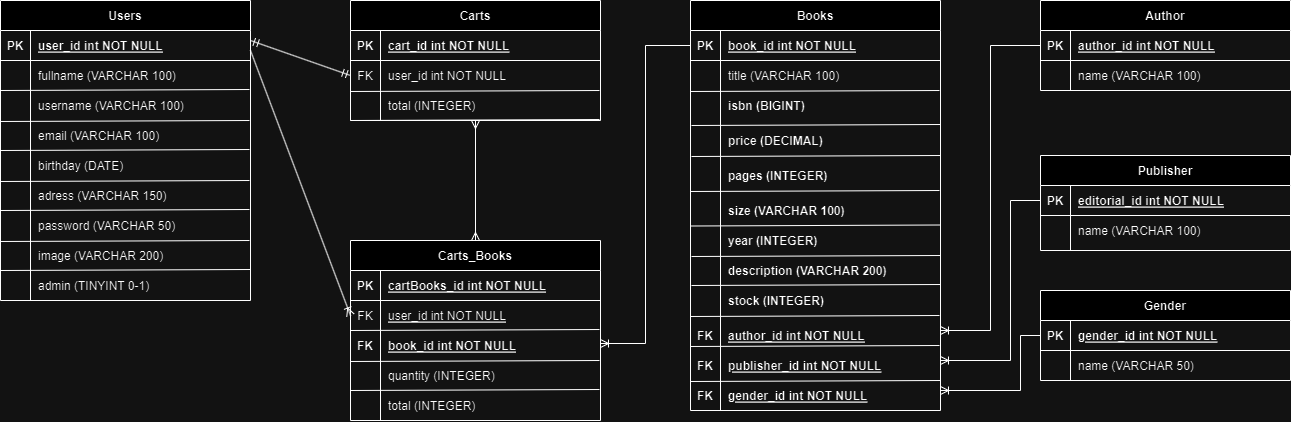
This is Archivos Extras/Diagrama BD/diagrama BD_kakuy.png from DarioLopezDev/codigokakuy, a draw.io export, as it was before one commit. Source tidied: cells renumbered, new cells last; positions are measured from the earlier drawing's top-left corner, leaving out a move shared by most shapes.
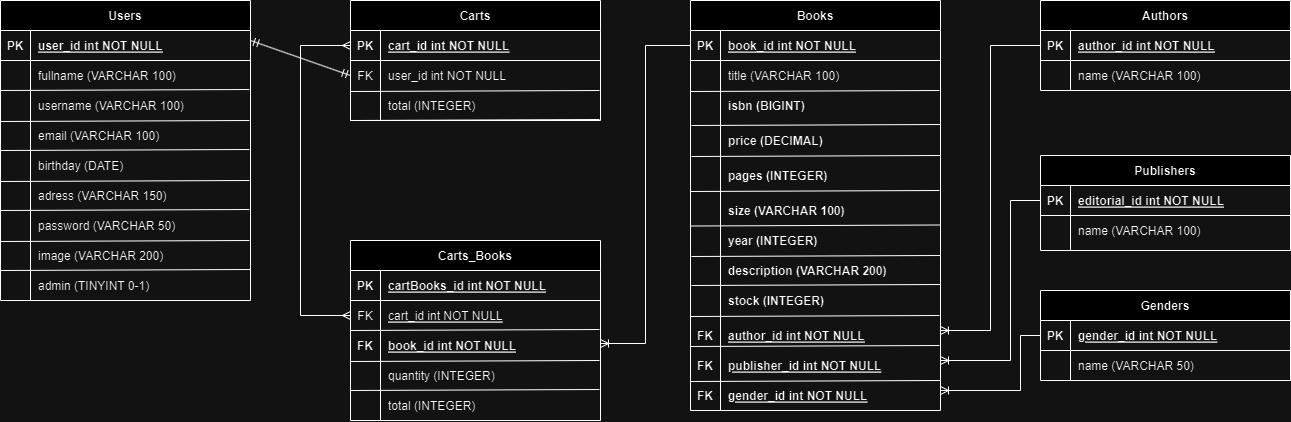
After the commit.

Change to the diagram source:
```diff
@@ -20,7 +20,7 @@
     <mxCell id="7" value="FK" style="shape=partialRectangle;overflow=hidden;fillColor=none;top=0;left=0;bottom=0;right=0;" parent="6" vertex="1">
       <mxGeometry width="30" height="30" as="geometry" />
     </mxCell>
-    <mxCell id="8" value="user_id int NOT NULL" style="shape=partialRectangle;overflow=hidden;fillColor=none;top=0;left=0;bottom=0;right=0;align=left;spacingLeft=6;fontStyle=4;" parent="6" vertex="1">
+    <mxCell id="8" value="cart_id int NOT NULL" style="shape=partialRectangle;overflow=hidden;fillColor=none;top=0;left=0;bottom=0;right=0;align=left;spacingLeft=6;fontStyle=4;" parent="6" vertex="1">
       <mxGeometry x="30" width="220" height="30" as="geometry" />
     </mxCell>
     <mxCell id="9" style="shape=partialRectangle;fillColor=none;points=[[0,0.5],[1,0.5]];portConstraint=eastwest;top=0;left=0;right=0;bottom=0;" parent="2" vertex="1">
@@ -104,7 +104,7 @@
     <mxCell id="35" value="total (INTEGER)" style="shape=partialRectangle;overflow=hidden;fillColor=none;top=0;left=0;bottom=0;right=0;align=left;spacingLeft=6;" parent="33" vertex="1">
       <mxGeometry x="30" width="220" height="30" as="geometry" />
     </mxCell>
-    <mxCell id="36" value="Author" style="shape=table;startSize=30;rowLines=0;fontStyle=1;align=center;" parent="1" vertex="1">
+    <mxCell id="36" value="Authors" style="shape=table;startSize=30;rowLines=0;fontStyle=1;align=center;" parent="1" vertex="1">
       <mxGeometry x="1040" width="250" height="90" as="geometry" />
     </mxCell>
     <mxCell id="37" style="shape=partialRectangle;fillColor=none;points=[[0,0.5],[1,0.5]];portConstraint=eastwest;top=0;left=0;right=0;bottom=1;" parent="36" vertex="1">
@@ -137,7 +137,7 @@
     <mxCell id="46" value="size (VARCHAR 100)" style="shape=partialRectangle;overflow=hidden;fillColor=none;top=0;left=0;bottom=0;right=0;align=left;spacingLeft=6;fontStyle=1;" parent="1" vertex="1">
       <mxGeometry x="720" y="195" width="220" height="30" as="geometry" />
     </mxCell>
-    <mxCell id="47" value="Publisher" style="shape=table;startSize=30;rowLines=0;fontStyle=1;align=center;" parent="1" vertex="1">
+    <mxCell id="47" value="Publishers" style="shape=table;startSize=30;rowLines=0;fontStyle=1;align=center;" parent="1" vertex="1">
       <mxGeometry x="1040" y="155" width="250" height="95" as="geometry" />
     </mxCell>
     <mxCell id="48" style="shape=partialRectangle;fillColor=none;points=[[0,0.5],[1,0.5]];portConstraint=eastwest;top=0;left=0;right=0;bottom=1;" parent="47" vertex="1">
@@ -158,7 +158,7 @@
     <mxCell id="53" value="name (VARCHAR 100)" style="shape=partialRectangle;overflow=hidden;fillColor=none;top=0;left=0;bottom=0;right=0;align=left;spacingLeft=6;" parent="51" vertex="1">
       <mxGeometry x="30" width="220" height="30" as="geometry" />
     </mxCell>
-    <mxCell id="54" value="Gender" style="shape=table;startSize=30;rowLines=0;fontStyle=1;align=center;" parent="1" vertex="1">
+    <mxCell id="54" value="Genders" style="shape=table;startSize=30;rowLines=0;fontStyle=1;align=center;" parent="1" vertex="1">
       <mxGeometry x="1040" y="290" width="250" height="90" as="geometry" />
     </mxCell>
     <mxCell id="55" style="shape=partialRectangle;fillColor=none;points=[[0,0.5],[1,0.5]];portConstraint=eastwest;top=0;left=0;right=0;bottom=1;" parent="54" vertex="1">
@@ -226,8 +226,13 @@
         <mxPoint x="250" y="40" as="sourcePoint" />
       </mxGeometry>
     </mxCell>
-    <mxCell id="72" style="fontSize=12;html=1;endArrow=ERmany;startArrow=ERmany;rounded=0;entryX=0.5;entryY=1;entryDx=0;entryDy=0;exitX=0.5;exitY=0;exitDx=0;exitDy=0;" parent="1" edge="1" source="2" target="26">
-      <mxGeometry relative="1" as="geometry" />
+    <mxCell id="72" style="fontSize=12;html=1;endArrow=ERmany;startArrow=ERmany;rounded=0;entryX=0;entryY=0.5;entryDx=0;entryDy=0;edgeStyle=orthogonalEdgeStyle;exitX=0;exitY=0.5;exitDx=0;exitDy=0;" parent="1" edge="1" source="6" target="27">
+      <mxGeometry relative="1" as="geometry">
+        <Array as="points">
+          <mxPoint x="300" y="315" />
+          <mxPoint x="300" y="45" />
+        </Array>
+      </mxGeometry>
     </mxCell>
     <mxCell id="73" style="fontSize=12;html=1;endArrow=ERoneToMany;rounded=0;edgeStyle=elbowEdgeStyle;exitX=0;exitY=0.5;exitDx=0;exitDy=0;" parent="1" edge="1" source="20">
       <mxGeometry relative="1" as="geometry">
@@ -444,9 +449,6 @@
     <mxCell id="107" value="FK" style="shape=partialRectangle;overflow=hidden;fillColor=none;top=0;left=0;bottom=0;right=0;fontStyle=1;" parent="1" vertex="1">
       <mxGeometry x="690" y="380" width="30" height="30" as="geometry" />
     </mxCell>
-    <mxCell id="108" style="fontSize=12;html=1;endArrow=ERoneToMany;rounded=0;exitX=1;exitY=0.667;exitDx=0;exitDy=0;entryX=0;entryY=0.5;entryDx=0;entryDy=0;exitPerimeter=0;elbow=vertical;" parent="1" edge="1" source="13" target="6">
-      <mxGeometry relative="1" as="geometry" />
-    </mxCell>
     <mxCell id="109" value="total (INTEGER)" style="shape=partialRectangle;overflow=hidden;fillColor=none;top=0;left=0;bottom=0;right=0;align=left;spacingLeft=6;" parent="1" vertex="1">
       <mxGeometry x="380" y="390" width="220" height="30" as="geometry" />
     </mxCell>
```
